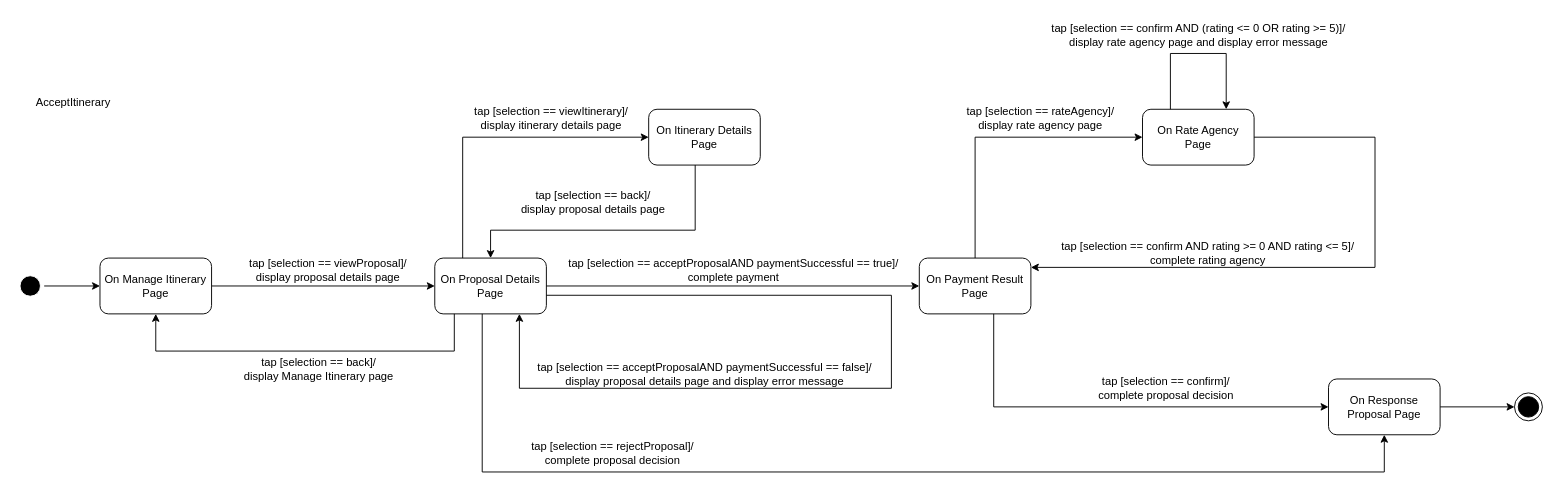
teomio02/Globe keeps this draw.io diagram as deliverables/Teo/StateDiagram.drawio. Above is the earlier version. Source tidied: cells renumbered, new cells numbered last; positions are measured from the earlier drawing's top-left corner, leaving out a move shared by most shapes. Both pictures are drawn from the tidied source at 93%, with x=0, y=0 at pixel (16, 16).
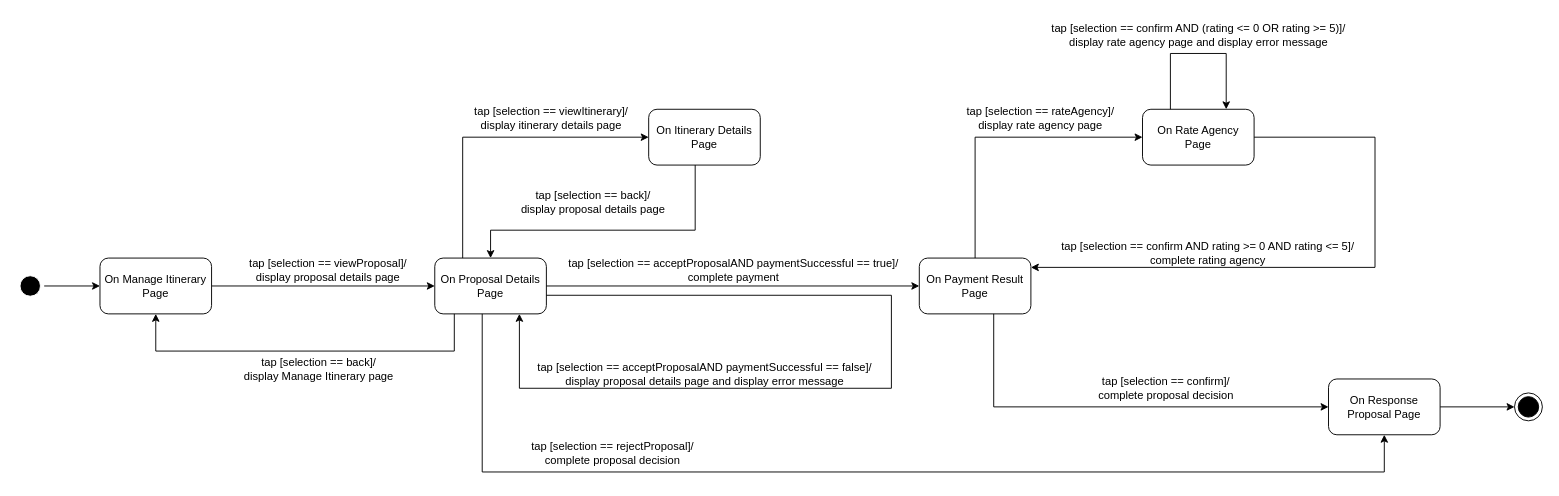
The same diagram, later.

Change to the diagram source:
```diff
@@
-    <mxCell id="34" value="AcceptItinerary" style="text;html=1;align=center;verticalAlign=middle;strokeColor=none;fillColor=none;" parent="1" vertex="1">
-      <mxGeometry x="11" y="78" width="100" height="30" as="geometry" />
-    </mxCell>
```
